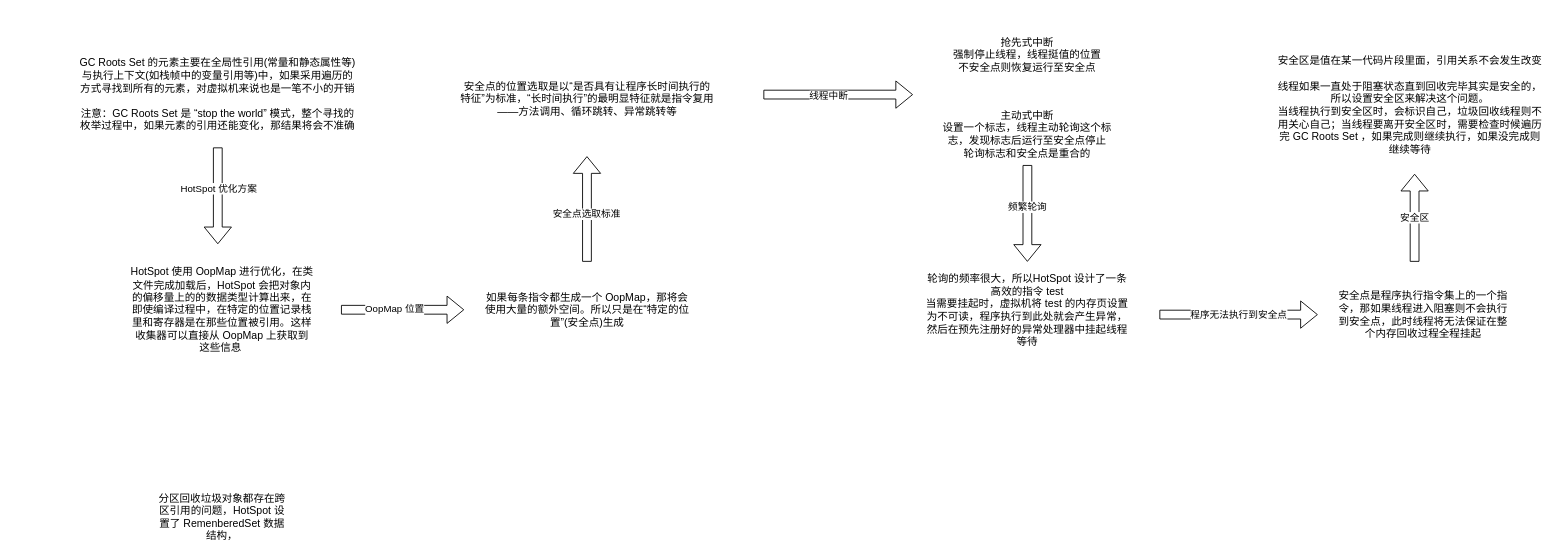
Earlier version of the draw.io diagram page "HotSpot" (3 of 3) of Java/JVM.drawio (wubinglong9716/NoteBook). Source tidied: cells renumbered, new cells numbered last; positions are measured from the earlier drawing's top-left corner, leaving out a move shared by most shapes. Both pictures are drawn from the tidied source at 88%, with x=0, y=0 at pixel (77, 15).
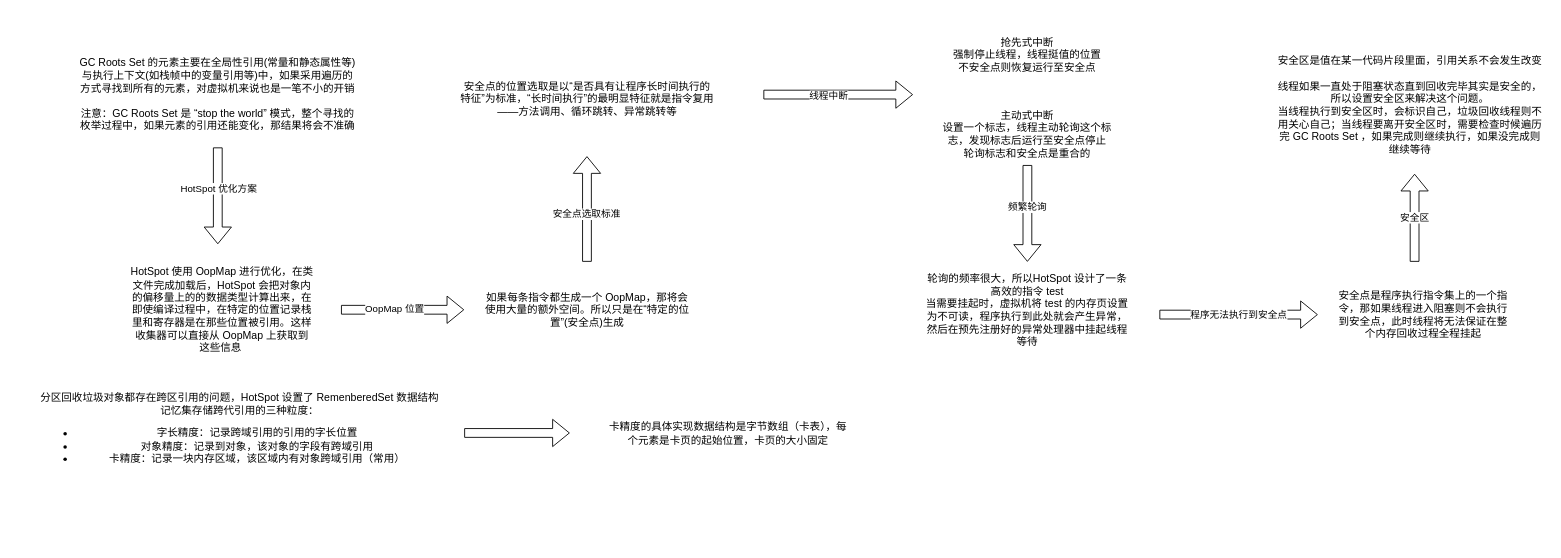
The same page after the edit.

What changed in the source:
```diff
@@
-    <mxCell id="23" value="分区回收垃圾对象都存在跨区引用的问题，HotSpot 设置了 RemenberedSet 数据结构，" style="text;html=1;strokeColor=none;fillColor=none;align=center;verticalAlign=middle;whiteSpace=wrap;rounded=0;" parent="1" vertex="1">
-      <mxGeometry x="90" y="540" width="150" height="60" as="geometry" />
+    <mxCell id="23" value="分区回收垃圾对象都存在跨区引用的问题，HotSpot 设置了 RemenberedSet 数据结构&lt;br&gt;记忆集存储跨代引用的三种粒度：&lt;br&gt;&lt;ul&gt;&lt;li&gt;字长精度：记录跨域引用的引用的字长位置&lt;/li&gt;&lt;li&gt;对象精度：记录到对象，该对象的字段有跨域引用&lt;/li&gt;&lt;li&gt;卡精度：记录一块内存区域，该区域内有对象跨域引用（常用）&lt;/li&gt;&lt;/ul&gt;" style="text;html=1;strokeColor=none;fillColor=none;align=center;verticalAlign=middle;whiteSpace=wrap;rounded=0;" parent="1" vertex="1">
+      <mxGeometry x="-70" y="430" width="510" height="90" as="geometry" />
     </mxCell>
+    <mxCell id="24" style="shape=flexArrow;endArrow=classic;html=1;" parent="1" edge="1">
+      <mxGeometry relative="1" as="geometry">
+        <mxPoint x="440" y="474.5" as="sourcePoint" />
+        <mxPoint x="560" y="474.5" as="targetPoint" />
+      </mxGeometry>
+    </mxCell>
+    <mxCell id="25" value="卡精度的具体实现数据结构是字节数组（卡表），每个元素是卡页的起始位置，卡页的大小固定" style="text;html=1;strokeColor=none;fillColor=none;align=center;verticalAlign=middle;whiteSpace=wrap;rounded=0;" parent="1" vertex="1">
+      <mxGeometry x="600" y="430" width="280" height="90" as="geometry" />
+    </mxCell>
```
